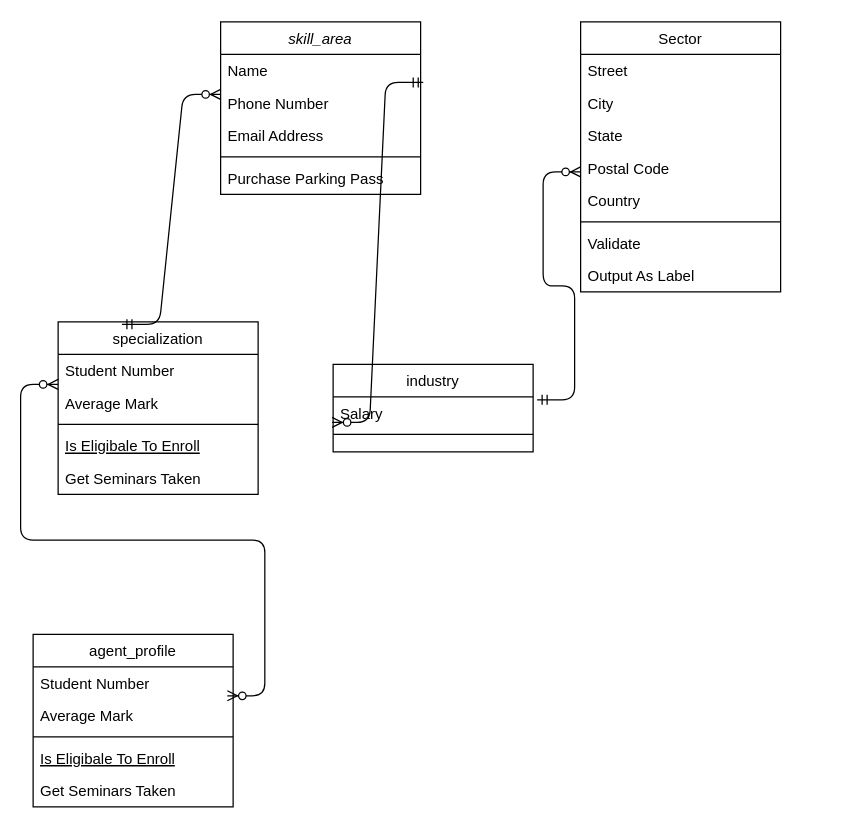
The draw.io diagram agent_management.drawio in ilhamsa1/test-repo, before the edit. Source tidied: cells renumbered, new cells numbered last; positions are measured from the earlier drawing's top-left corner, leaving out a move shared by most shapes. Both pictures are drawn from the tidied source at 125%, with x=0, y=0 at pixel (32, 21).
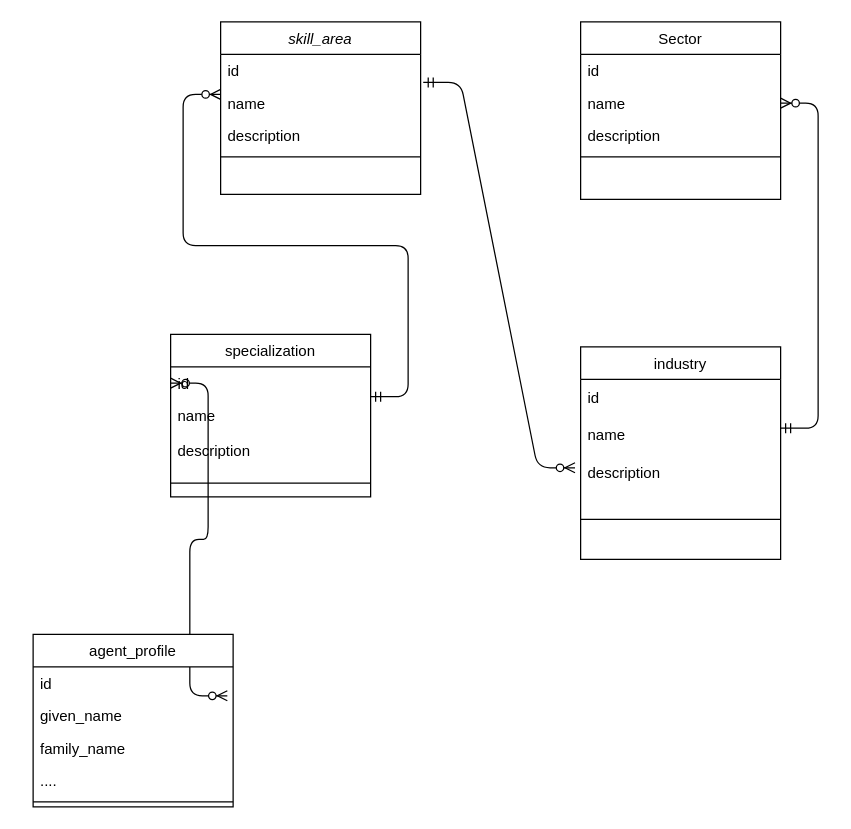
Above is the later version.

Unchanged cells that the change refers to:
```xml
<mxCell id="2" value="skill_area" style="swimlane;fontStyle=2;align=center;verticalAlign=top;horizontal=1;startSize=26;rounded=0;shadow=0;strokeWidth=1;" parent="1" vertex="1">
  <mxGeometry x="150" width="160" height="138" as="geometry" />
</mxCell>
<mxCell id="30" value="agent_profile" style="swimlane;fontStyle=0;align=center;verticalAlign=top;horizontal=1;startSize=26;rounded=0;shadow=0;strokeWidth=1;" parent="1" vertex="1">
  <mxGeometry y="490" width="160" height="138" as="geometry" />
</mxCell>
```

Diff of the diagram source:
```diff
@@
-    <mxCell id="3" value="Name" style="text;align=left;verticalAlign=top;spacingLeft=4;spacingRight=4;overflow=hidden;" parent="2" vertex="1">
+    <mxCell id="3" value="id" style="text;align=left;verticalAlign=top;spacingLeft=4;spacingRight=4;overflow=hidden;" parent="2" vertex="1">
       <mxGeometry y="26" width="160" height="26" as="geometry" />
     </mxCell>
-    <mxCell id="4" value="Phone Number" style="text;align=left;verticalAlign=top;spacingLeft=4;spacingRight=4;overflow=hidden;points=[[0,0.5],[1,0.5]];portConstraint=eastwest;rounded=0;shadow=0;html=0;" parent="2" vertex="1">
+    <mxCell id="4" value="name" style="text;align=left;verticalAlign=top;spacingLeft=4;spacingRight=4;overflow=hidden;points=[[0,0.5],[1,0.5]];portConstraint=eastwest;rounded=0;shadow=0;html=0;" parent="2" vertex="1">
       <mxGeometry y="52" width="160" height="26" as="geometry" />
     </mxCell>
-    <mxCell id="5" value="Email Address" style="text;align=left;verticalAlign=top;spacingLeft=4;spacingRight=4;overflow=hidden;rounded=0;shadow=0;html=0;" parent="2" vertex="1">
+    <mxCell id="5" value="description" style="text;align=left;verticalAlign=top;spacingLeft=4;spacingRight=4;overflow=hidden;rounded=0;shadow=0;html=0;" parent="2" vertex="1">
       <mxGeometry y="78" width="160" height="26" as="geometry" />
     </mxCell>
@@
-    <mxCell id="7" value="Purchase Parking Pass" style="text;align=left;verticalAlign=top;spacingLeft=4;spacingRight=4;overflow=hidden;" parent="2" vertex="1">
-      <mxGeometry y="112" width="160" height="26" as="geometry" />
-    </mxCell>
     <mxCell id="8" value="Sector" style="swimlane;fontStyle=0;align=center;verticalAlign=top;horizontal=1;startSize=26;rounded=0;shadow=0;strokeWidth=1;" parent="1" vertex="1">
-      <mxGeometry x="438" width="160" height="216" as="geometry" />
+      <mxGeometry x="438" width="160" height="142" as="geometry" />
     </mxCell>
-    <mxCell id="9" value="Street" style="text;align=left;verticalAlign=top;spacingLeft=4;spacingRight=4;overflow=hidden;" parent="8" vertex="1">
+    <mxCell id="9" value="id" style="text;align=left;verticalAlign=top;spacingLeft=4;spacingRight=4;overflow=hidden;" parent="8" vertex="1">
       <mxGeometry y="26" width="160" height="26" as="geometry" />
     </mxCell>
-    <mxCell id="10" value="City" style="text;align=left;verticalAlign=top;spacingLeft=4;spacingRight=4;overflow=hidden;points=[[0,0.5],[1,0.5]];portConstraint=eastwest;rounded=0;shadow=0;html=0;" parent="8" vertex="1">
+    <mxCell id="10" value="name" style="text;align=left;verticalAlign=top;spacingLeft=4;spacingRight=4;overflow=hidden;points=[[0,0.5],[1,0.5]];portConstraint=eastwest;rounded=0;shadow=0;html=0;" parent="8" vertex="1">
       <mxGeometry y="52" width="160" height="26" as="geometry" />
     </mxCell>
-    <mxCell id="11" value="State" style="text;align=left;verticalAlign=top;spacingLeft=4;spacingRight=4;overflow=hidden;rounded=0;shadow=0;html=0;" parent="8" vertex="1">
+    <mxCell id="11" value="description" style="text;align=left;verticalAlign=top;spacingLeft=4;spacingRight=4;overflow=hidden;rounded=0;shadow=0;html=0;" parent="8" vertex="1">
       <mxGeometry y="78" width="160" height="26" as="geometry" />
     </mxCell>
-    <mxCell id="12" value="Postal Code" style="text;align=left;verticalAlign=top;spacingLeft=4;spacingRight=4;overflow=hidden;rounded=0;shadow=0;html=0;" parent="8" vertex="1">
-      <mxGeometry y="104" width="160" height="26" as="geometry" />
-    </mxCell>
-    <mxCell id="13" value="Country" style="text;align=left;verticalAlign=top;spacingLeft=4;spacingRight=4;overflow=hidden;rounded=0;shadow=0;html=0;" parent="8" vertex="1">
-      <mxGeometry y="130" width="160" height="26" as="geometry" />
-    </mxCell>
     <mxCell id="14" style="line;html=1;strokeWidth=1;align=left;verticalAlign=middle;spacingTop=-1;spacingLeft=3;spacingRight=3;labelPosition=right;" parent="8" vertex="1">
-      <mxGeometry y="156" width="160" height="8" as="geometry" />
+      <mxGeometry y="104" width="160" height="8" as="geometry" />
     </mxCell>
-    <mxCell id="15" value="Validate" style="text;align=left;verticalAlign=top;spacingLeft=4;spacingRight=4;overflow=hidden;" parent="8" vertex="1">
-      <mxGeometry y="164" width="160" height="26" as="geometry" />
-    </mxCell>
-    <mxCell id="16" value="Output As Label" style="text;align=left;verticalAlign=top;spacingLeft=4;spacingRight=4;overflow=hidden;" parent="8" vertex="1">
-      <mxGeometry y="190" width="160" height="26" as="geometry" />
-    </mxCell>
-    <mxCell id="17" style="edgeStyle=entityRelationEdgeStyle;fontSize=12;html=1;endArrow=ERzeroToMany;startArrow=ERmandOne;exitX=1.02;exitY=0.092;exitDx=0;exitDy=0;exitPerimeter=0;" parent="1" edge="1" source="19">
-      <mxGeometry relative="1" as="geometry">
-        <mxPoint x="438" y="120" as="targetPoint" />
-      </mxGeometry>
-    </mxCell>
-    <mxCell id="18" value="industry" style="swimlane;fontStyle=0;align=center;verticalAlign=top;horizontal=1;startSize=26;rounded=0;shadow=0;strokeWidth=1;" parent="1" vertex="1">
-      <mxGeometry x="240" y="274" width="160" height="70" as="geometry" />
-    </mxCell>
-    <mxCell id="19" value="Salary" style="text;align=left;verticalAlign=top;spacingLeft=4;spacingRight=4;overflow=hidden;points=[[0,0.5],[1,0.5]];portConstraint=eastwest;" parent="18" vertex="1">
-      <mxGeometry y="26" width="160" height="26" as="geometry" />
-    </mxCell>
-    <mxCell id="20" style="line;html=1;strokeWidth=1;align=left;verticalAlign=middle;spacingTop=-1;spacingLeft=3;spacingRight=3;labelPosition=right;" parent="18" vertex="1">
-      <mxGeometry y="52" width="160" height="8" as="geometry" />
-    </mxCell>
-    <mxCell id="21" value="specialization" style="swimlane;fontStyle=0;align=center;verticalAlign=top;horizontal=1;startSize=26;rounded=0;shadow=0;strokeWidth=1;" parent="1" vertex="1">
-      <mxGeometry x="20" y="240" width="160" height="138" as="geometry" />
-    </mxCell>
-    <mxCell id="22" value="Student Number" style="text;align=left;verticalAlign=top;spacingLeft=4;spacingRight=4;overflow=hidden;points=[[0,0.5],[1,0.5]];portConstraint=eastwest;" parent="21" vertex="1">
-      <mxGeometry y="26" width="160" height="26" as="geometry" />
-    </mxCell>
-    <mxCell id="23" value="Average Mark" style="text;align=left;verticalAlign=top;spacingLeft=4;spacingRight=4;overflow=hidden;points=[[0,0.5],[1,0.5]];portConstraint=eastwest;rounded=0;shadow=0;html=0;" parent="21" vertex="1">
-      <mxGeometry y="52" width="160" height="26" as="geometry" />
-    </mxCell>
-    <mxCell id="24" style="line;html=1;strokeWidth=1;align=left;verticalAlign=middle;spacingTop=-1;spacingLeft=3;spacingRight=3;labelPosition=right;" parent="21" vertex="1">
-      <mxGeometry y="78" width="160" height="8" as="geometry" />
-    </mxCell>
-    <mxCell id="25" value="Is Eligibale To Enroll" style="text;align=left;verticalAlign=top;spacingLeft=4;spacingRight=4;overflow=hidden;fontStyle=4;" parent="21" vertex="1">
-      <mxGeometry y="86" width="160" height="26" as="geometry" />
-    </mxCell>
-    <mxCell id="26" value="Get Seminars Taken" style="text;align=left;verticalAlign=top;spacingLeft=4;spacingRight=4;overflow=hidden;" parent="21" vertex="1">
-      <mxGeometry y="112" width="160" height="26" as="geometry" />
-    </mxCell>
-    <mxCell id="27" style="edgeStyle=entityRelationEdgeStyle;fontSize=12;html=1;endArrow=ERzeroToMany;startArrow=ERmandOne;exitX=1.013;exitY=-0.138;exitDx=0;exitDy=0;exitPerimeter=0;entryX=-0.005;entryY=0.785;entryDx=0;entryDy=0;entryPerimeter=0;" parent="1" edge="1" source="4" target="19">
+    <mxCell id="27" style="edgeStyle=entityRelationEdgeStyle;fontSize=12;html=1;endArrow=ERzeroToMany;startArrow=ERmandOne;exitX=1.013;exitY=-0.138;exitDx=0;exitDy=0;exitPerimeter=0;entryX=-0.028;entryY=0.357;entryDx=0;entryDy=0;entryPerimeter=0;" parent="1" edge="1" source="4" target="41">
       <mxGeometry relative="1" as="geometry" />
     </mxCell>
-    <mxCell id="28" style="edgeStyle=entityRelationEdgeStyle;fontSize=12;html=1;endArrow=ERzeroToMany;startArrow=ERmandOne;exitX=0.319;exitY=0.014;exitDx=0;exitDy=0;exitPerimeter=0;" parent="1" edge="1" source="21">
+    <mxCell id="28" style="edgeStyle=entityRelationEdgeStyle;fontSize=12;html=1;endArrow=ERzeroToMany;startArrow=ERmandOne;exitX=1;exitY=-0.077;exitDx=0;exitDy=0;exitPerimeter=0;" parent="1" edge="1" source="23">
       <mxGeometry relative="1" as="geometry">
         <mxPoint x="150" y="58" as="targetPoint" />
       </mxGeometry>
     </mxCell>
-    <mxCell id="29" style="edgeStyle=entityRelationEdgeStyle;fontSize=12;html=1;endArrow=ERzeroToMany;endFill=1;startArrow=ERzeroToMany;exitX=0.971;exitY=-0.11;exitDx=0;exitDy=0;exitPerimeter=0;" parent="1" edge="1" source="32">
-      <mxGeometry relative="1" as="geometry">
-        <mxPoint x="20" y="290" as="targetPoint" />
-      </mxGeometry>
+    <mxCell id="29" style="edgeStyle=entityRelationEdgeStyle;fontSize=12;html=1;endArrow=ERzeroToMany;endFill=1;startArrow=ERzeroToMany;exitX=0.971;exitY=-0.11;exitDx=0;exitDy=0;exitPerimeter=0;entryX=0;entryY=0.5;entryDx=0;entryDy=0;" parent="1" edge="1" source="32" target="22">
+      <mxGeometry relative="1" as="geometry" />
     </mxCell>
@@
-    <mxCell id="31" value="Student Number" style="text;align=left;verticalAlign=top;spacingLeft=4;spacingRight=4;overflow=hidden;" parent="30" vertex="1">
+    <mxCell id="31" value="id" style="text;align=left;verticalAlign=top;spacingLeft=4;spacingRight=4;overflow=hidden;" parent="30" vertex="1">
       <mxGeometry y="26" width="160" height="26" as="geometry" />
     </mxCell>
-    <mxCell id="32" value="Average Mark" style="text;align=left;verticalAlign=top;spacingLeft=4;spacingRight=4;overflow=hidden;points=[[0,0.5],[1,0.5]];portConstraint=eastwest;rounded=0;shadow=0;html=0;" parent="30" vertex="1">
+    <mxCell id="32" value="given_name&#10;" style="text;align=left;verticalAlign=top;spacingLeft=4;spacingRight=4;overflow=hidden;points=[[0,0.5],[1,0.5]];portConstraint=eastwest;rounded=0;shadow=0;html=0;" parent="30" vertex="1">
       <mxGeometry y="52" width="160" height="26" as="geometry" />
     </mxCell>
+    <mxCell id="36" value="family_name" style="text;align=left;verticalAlign=top;spacingLeft=4;spacingRight=4;overflow=hidden;rounded=0;shadow=0;html=0;" parent="30" vertex="1">
+      <mxGeometry y="78" width="160" height="26" as="geometry" />
+    </mxCell>
+    <mxCell id="37" value="...." style="text;align=left;verticalAlign=top;spacingLeft=4;spacingRight=4;overflow=hidden;rounded=0;shadow=0;html=0;" parent="30" vertex="1">
+      <mxGeometry y="104" width="160" height="26" as="geometry" />
+    </mxCell>
     <mxCell id="33" style="line;html=1;strokeWidth=1;align=left;verticalAlign=middle;spacingTop=-1;spacingLeft=3;spacingRight=3;labelPosition=right;" parent="30" vertex="1">
-      <mxGeometry y="78" width="160" height="8" as="geometry" />
+      <mxGeometry y="130" width="160" height="8" as="geometry" />
     </mxCell>
-    <mxCell id="34" value="Is Eligibale To Enroll" style="text;align=left;verticalAlign=top;spacingLeft=4;spacingRight=4;overflow=hidden;fontStyle=4;" parent="30" vertex="1">
-      <mxGeometry y="86" width="160" height="26" as="geometry" />
-    </mxCell>
-    <mxCell id="35" value="Get Seminars Taken" style="text;align=left;verticalAlign=top;spacingLeft=4;spacingRight=4;overflow=hidden;" parent="30" vertex="1">
-      <mxGeometry y="112" width="160" height="26" as="geometry" />
-    </mxCell>
+    <mxCell id="21" value="specialization" style="swimlane;fontStyle=0;align=center;verticalAlign=top;horizontal=1;startSize=26;rounded=0;shadow=0;strokeWidth=1;" parent="1" vertex="1">
+      <mxGeometry x="110" y="250" width="160" height="130" as="geometry" />
+    </mxCell>
+    <mxCell id="22" value="id" style="text;align=left;verticalAlign=top;spacingLeft=4;spacingRight=4;overflow=hidden;points=[[0,0.5],[1,0.5]];portConstraint=eastwest;" parent="21" vertex="1">
+      <mxGeometry y="26" width="160" height="26" as="geometry" />
+    </mxCell>
+    <mxCell id="23" value="name" style="text;align=left;verticalAlign=top;spacingLeft=4;spacingRight=4;overflow=hidden;points=[[0,0.5],[1,0.5]];portConstraint=eastwest;rounded=0;shadow=0;html=0;" parent="21" vertex="1">
+      <mxGeometry y="52" width="160" height="28" as="geometry" />
+    </mxCell>
+    <mxCell id="38" value="description" style="text;align=left;verticalAlign=top;spacingLeft=4;spacingRight=4;overflow=hidden;rounded=0;shadow=0;html=0;" parent="21" vertex="1">
+      <mxGeometry y="80" width="160" height="28" as="geometry" />
+    </mxCell>
+    <mxCell id="24" style="line;html=1;strokeWidth=1;align=left;verticalAlign=middle;spacingTop=-1;spacingLeft=3;spacingRight=3;labelPosition=right;" parent="21" vertex="1">
+      <mxGeometry y="108" width="160" height="22" as="geometry" />
+    </mxCell>
+    <mxCell id="18" value="industry" style="swimlane;fontStyle=0;align=center;verticalAlign=top;horizontal=1;startSize=26;rounded=0;shadow=0;strokeWidth=1;" parent="1" vertex="1">
+      <mxGeometry x="438" y="260" width="160" height="170" as="geometry" />
+    </mxCell>
+    <mxCell id="39" value="id" style="text;html=1;align=left;verticalAlign=middle;spacingLeft=4;spacingBottom=4;spacingRight=4;spacingTop=4;" parent="18" vertex="1">
+      <mxGeometry y="26" width="160" height="30" as="geometry" />
+    </mxCell>
+    <mxCell id="17" style="edgeStyle=entityRelationEdgeStyle;fontSize=12;html=1;endArrow=ERzeroToMany;startArrow=ERmandOne;exitX=1.02;exitY=0.092;exitDx=0;exitDy=0;exitPerimeter=0;" parent="18" edge="1" target="10">
+      <mxGeometry relative="1" as="geometry">
+        <mxPoint x="160" y="65" as="sourcePoint" />
+      </mxGeometry>
+    </mxCell>
+    <mxCell id="40" value="name" style="text;html=1;align=left;verticalAlign=middle;spacingRight=4;spacingBottom=4;spacingTop=4;spacingLeft=4;" parent="18" vertex="1">
+      <mxGeometry y="56" width="160" height="30" as="geometry" />
+    </mxCell>
+    <mxCell id="41" value="description" style="text;html=1;align=left;verticalAlign=middle;points=[];spacingRight=4;spacingBottom=4;spacingTop=4;spacingLeft=4;" parent="18" vertex="1">
+      <mxGeometry y="86" width="160" height="30" as="geometry" />
+    </mxCell>
+    <mxCell id="20" style="line;html=1;strokeWidth=1;align=left;verticalAlign=middle;spacingTop=-1;spacingLeft=3;spacingRight=3;labelPosition=right;" parent="18" vertex="1">
+      <mxGeometry y="116" width="160" height="44" as="geometry" />
+    </mxCell>
```
